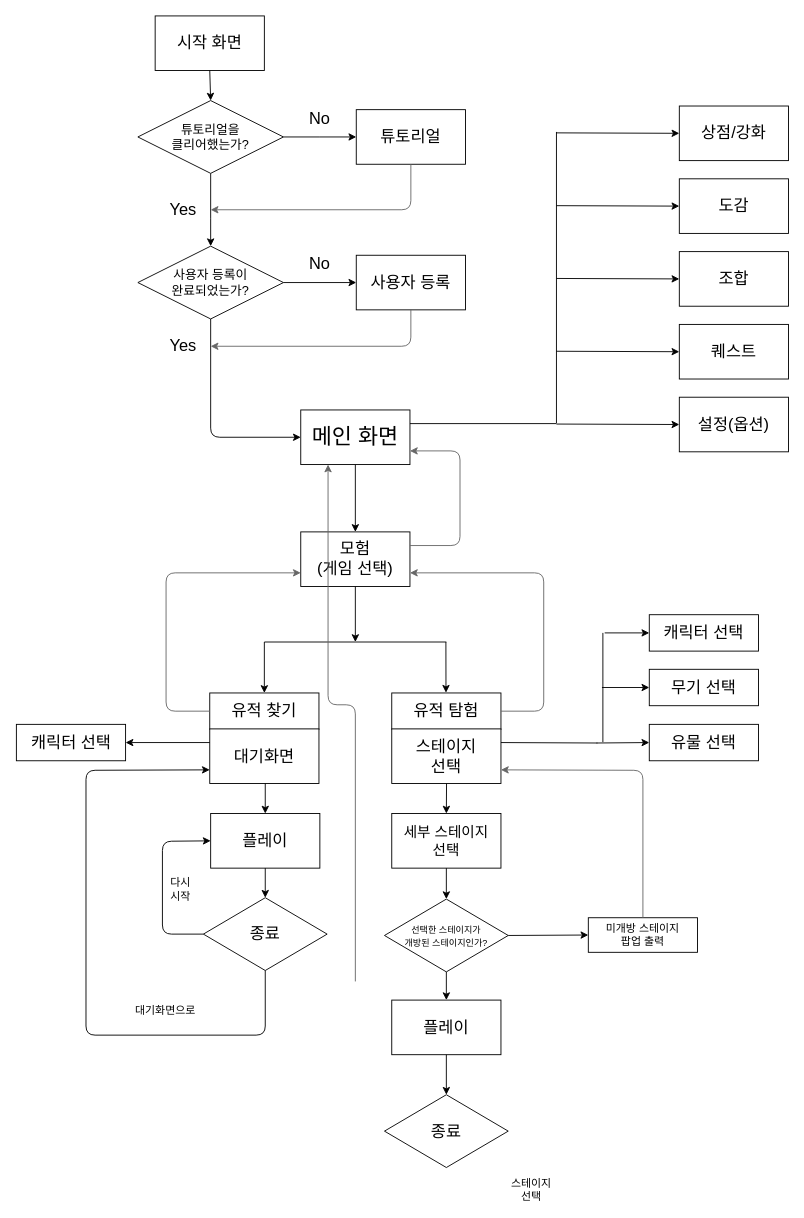
Before: Untitled Diagram.drawio in dinenki71/UI, a draw.io diagram. Source tidied: cells renumbered, new cells numbered last; positions are measured from the earlier drawing's top-left corner, leaving out a move shared by most shapes. Both pictures are drawn from the tidied source at 91%, with x=0, y=0 at pixel (16, 15).
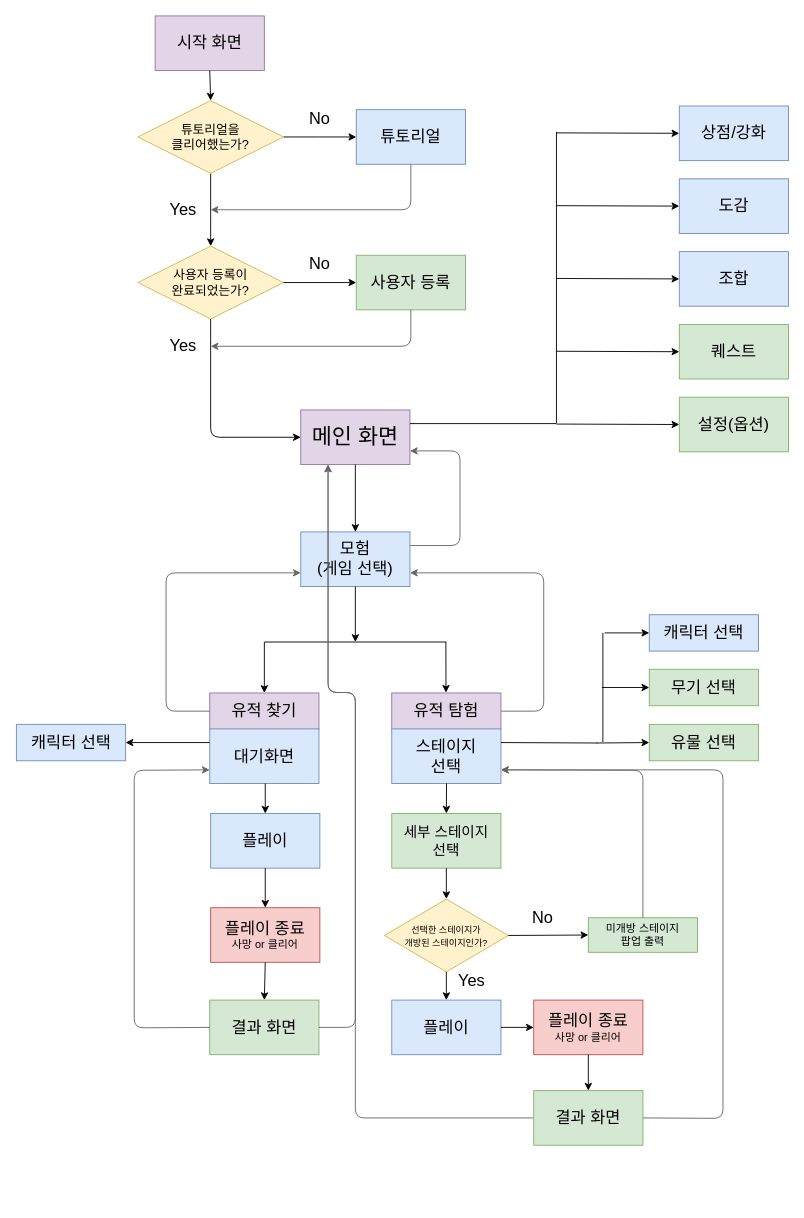
After the change.

Change to the diagram source:
```diff
@@
-    <mxCell id="2" value="&lt;font style=&quot;font-size: 18px&quot;&gt;모험&lt;br&gt;(게임 선택)&lt;br&gt;&lt;/font&gt;" style="rounded=0;whiteSpace=wrap;html=1;" parent="1" vertex="1">
+    <mxCell id="2" value="&lt;font style=&quot;font-size: 18px&quot;&gt;모험&lt;br&gt;(게임 선택)&lt;br&gt;&lt;/font&gt;" style="rounded=0;whiteSpace=wrap;html=1;fillColor=#dae8fc;strokeColor=#6c8ebf;" parent="1" vertex="1">
       <mxGeometry x="312" y="567" width="120" height="60" as="geometry" />
     </mxCell>
-    <mxCell id="3" value="&lt;font style=&quot;font-size: 18px&quot;&gt;시작 화면&lt;/font&gt;" style="rounded=0;whiteSpace=wrap;html=1;" parent="1" vertex="1">
+    <mxCell id="3" value="&lt;font style=&quot;font-size: 18px&quot;&gt;시작 화면&lt;/font&gt;" style="rounded=0;whiteSpace=wrap;html=1;fillColor=#e1d5e7;strokeColor=#9673a6;" parent="1" vertex="1">
       <mxGeometry x="152" width="120" height="60" as="geometry" />
     </mxCell>
@@
-    <mxCell id="6" value="&lt;font&gt;&lt;font style=&quot;font-size: 14px&quot;&gt;튜토리얼을&lt;br&gt;클리어했는가?&lt;/font&gt;&lt;br&gt;&lt;/font&gt;" style="rhombus;whiteSpace=wrap;html=1;" parent="1" vertex="1">
+    <mxCell id="6" value="&lt;font&gt;&lt;font style=&quot;font-size: 14px&quot;&gt;튜토리얼을&lt;br&gt;클리어했는가?&lt;/font&gt;&lt;br&gt;&lt;/font&gt;" style="rhombus;whiteSpace=wrap;html=1;fillColor=#fff2cc;strokeColor=#d6b656;" parent="1" vertex="1">
       <mxGeometry x="133" y="93" width="160" height="80" as="geometry" />
     </mxCell>
@@
-    <mxCell id="10" value="&lt;font style=&quot;font-size: 18px&quot;&gt;튜토리얼&lt;/font&gt;" style="rounded=0;whiteSpace=wrap;html=1;" parent="1" vertex="1">
+    <mxCell id="10" value="&lt;font style=&quot;font-size: 18px&quot;&gt;튜토리얼&lt;/font&gt;" style="rounded=0;whiteSpace=wrap;html=1;fillColor=#dae8fc;strokeColor=#6c8ebf;" parent="1" vertex="1">
       <mxGeometry x="373" y="103" width="120" height="60" as="geometry" />
     </mxCell>
-    <mxCell id="11" value="&lt;font style=&quot;font-size: 18px&quot;&gt;사용자 등록&lt;/font&gt;" style="rounded=0;whiteSpace=wrap;html=1;" parent="1" vertex="1">
+    <mxCell id="11" value="&lt;font style=&quot;font-size: 18px&quot;&gt;사용자 등록&lt;/font&gt;" style="rounded=0;whiteSpace=wrap;html=1;fillColor=#d5e8d4;strokeColor=#82b366;" parent="1" vertex="1">
       <mxGeometry x="373" y="263" width="120" height="60" as="geometry" />
     </mxCell>
@@
-    <mxCell id="13" value="&lt;font&gt;&lt;font style=&quot;font-size: 14px&quot;&gt;사용자 등록이&lt;br&gt;완료되었는가?&lt;/font&gt;&lt;br&gt;&lt;/font&gt;" style="rhombus;whiteSpace=wrap;html=1;" parent="1" vertex="1">
+    <mxCell id="13" value="&lt;font&gt;&lt;font style=&quot;font-size: 14px&quot;&gt;사용자 등록이&lt;br&gt;완료되었는가?&lt;/font&gt;&lt;br&gt;&lt;/font&gt;" style="rhombus;whiteSpace=wrap;html=1;fillColor=#fff2cc;strokeColor=#d6b656;" parent="1" vertex="1">
       <mxGeometry x="133" y="253" width="160" height="80" as="geometry" />
     </mxCell>
-    <mxCell id="14" value="&lt;font style=&quot;font-size: 24px&quot;&gt;메인 화면&lt;/font&gt;" style="rounded=0;whiteSpace=wrap;html=1;" parent="1" vertex="1">
+    <mxCell id="14" value="&lt;font style=&quot;font-size: 24px&quot;&gt;메인 화면&lt;/font&gt;" style="rounded=0;whiteSpace=wrap;html=1;fillColor=#e1d5e7;strokeColor=#9673a6;" parent="1" vertex="1">
       <mxGeometry x="312" y="433" width="120" height="60" as="geometry" />
     </mxCell>
@@
-    <mxCell id="23" value="&lt;font style=&quot;font-size: 18px&quot;&gt;상점/강화&lt;/font&gt;" style="rounded=0;whiteSpace=wrap;html=1;" parent="1" vertex="1">
+    <mxCell id="23" value="&lt;font style=&quot;font-size: 18px&quot;&gt;상점/강화&lt;/font&gt;" style="rounded=0;whiteSpace=wrap;html=1;fillColor=#dae8fc;strokeColor=#6c8ebf;" parent="1" vertex="1">
       <mxGeometry x="728" y="99" width="120" height="60" as="geometry" />
     </mxCell>
@@
-    <mxCell id="25" value="&lt;font style=&quot;font-size: 18px&quot;&gt;도감&lt;/font&gt;" style="rounded=0;whiteSpace=wrap;html=1;" parent="1" vertex="1">
+    <mxCell id="25" value="&lt;font style=&quot;font-size: 18px&quot;&gt;도감&lt;/font&gt;" style="rounded=0;whiteSpace=wrap;html=1;fillColor=#dae8fc;strokeColor=#6c8ebf;" parent="1" vertex="1">
       <mxGeometry x="728" y="179" width="120" height="60" as="geometry" />
     </mxCell>
@@
-    <mxCell id="27" value="&lt;font style=&quot;font-size: 18px&quot;&gt;조합&lt;/font&gt;" style="rounded=0;whiteSpace=wrap;html=1;" parent="1" vertex="1">
+    <mxCell id="27" value="&lt;font style=&quot;font-size: 18px&quot;&gt;조합&lt;/font&gt;" style="rounded=0;whiteSpace=wrap;html=1;fillColor=#dae8fc;strokeColor=#6c8ebf;" parent="1" vertex="1">
       <mxGeometry x="728" y="259" width="120" height="60" as="geometry" />
     </mxCell>
@@
-    <mxCell id="29" value="&lt;font style=&quot;font-size: 18px&quot;&gt;퀘스트&lt;/font&gt;" style="rounded=0;whiteSpace=wrap;html=1;" parent="1" vertex="1">
+    <mxCell id="29" value="&lt;font style=&quot;font-size: 18px&quot;&gt;퀘스트&lt;/font&gt;" style="rounded=0;whiteSpace=wrap;html=1;fillColor=#d5e8d4;strokeColor=#82b366;" parent="1" vertex="1">
       <mxGeometry x="728" y="339" width="120" height="60" as="geometry" />
     </mxCell>
@@
-    <mxCell id="31" value="&lt;font style=&quot;font-size: 18px&quot;&gt;설정(옵션)&lt;/font&gt;" style="rounded=0;whiteSpace=wrap;html=1;" parent="1" vertex="1">
+    <mxCell id="31" value="&lt;font style=&quot;font-size: 18px&quot;&gt;설정(옵션)&lt;/font&gt;" style="rounded=0;whiteSpace=wrap;html=1;fillColor=#d5e8d4;strokeColor=#82b366;" parent="1" vertex="1">
       <mxGeometry x="728" y="419" width="120" height="60" as="geometry" />
     </mxCell>
@@
-    <mxCell id="33" value="&lt;font style=&quot;font-size: 18px&quot;&gt;유적 찾기&lt;/font&gt;" style="rounded=0;whiteSpace=wrap;html=1;" parent="1" vertex="1">
+    <mxCell id="33" value="&lt;font style=&quot;font-size: 18px&quot;&gt;유적 찾기&lt;/font&gt;" style="rounded=0;whiteSpace=wrap;html=1;fillColor=#e1d5e7;strokeColor=#9673a6;" parent="1" vertex="1">
       <mxGeometry x="212" y="744" width="120" height="40" as="geometry" />
     </mxCell>
-    <mxCell id="34" value="&lt;font style=&quot;font-size: 18px&quot;&gt;유적 탐험&lt;/font&gt;" style="rounded=0;whiteSpace=wrap;html=1;" parent="1" vertex="1">
+    <mxCell id="34" value="&lt;font style=&quot;font-size: 18px&quot;&gt;유적 탐험&lt;/font&gt;" style="rounded=0;whiteSpace=wrap;html=1;fillColor=#e1d5e7;strokeColor=#9673a6;" parent="1" vertex="1">
       <mxGeometry x="412" y="744" width="120" height="40" as="geometry" />
     </mxCell>
-    <mxCell id="35" value="&lt;font style=&quot;font-size: 18px&quot;&gt;스테이지&lt;br&gt;선택&lt;/font&gt;&lt;br&gt;" style="rounded=0;whiteSpace=wrap;html=1;" parent="1" vertex="1">
+    <mxCell id="35" value="&lt;font style=&quot;font-size: 18px&quot;&gt;스테이지&lt;br&gt;선택&lt;/font&gt;&lt;br&gt;" style="rounded=0;whiteSpace=wrap;html=1;fillColor=#dae8fc;strokeColor=#6c8ebf;" parent="1" vertex="1">
       <mxGeometry x="412" y="783.5" width="120" height="60" as="geometry" />
     </mxCell>
@@
-    <mxCell id="38" value="&lt;font style=&quot;font-size: 18px&quot;&gt;대기화면&lt;/font&gt;" style="rounded=0;whiteSpace=wrap;html=1;" parent="1" vertex="1">
+    <mxCell id="38" value="&lt;font style=&quot;font-size: 18px&quot;&gt;대기화면&lt;/font&gt;" style="rounded=0;whiteSpace=wrap;html=1;fillColor=#dae8fc;strokeColor=#6c8ebf;" parent="1" vertex="1">
       <mxGeometry x="212" y="783.5" width="120" height="60" as="geometry" />
     </mxCell>
-    <mxCell id="39" value="&lt;font style=&quot;font-size: 18px&quot;&gt;플레이&lt;br&gt;&lt;/font&gt;" style="rounded=0;whiteSpace=wrap;html=1;" parent="1" vertex="1">
+    <mxCell id="39" value="&lt;font style=&quot;font-size: 18px&quot;&gt;플레이&lt;br&gt;&lt;/font&gt;" style="rounded=0;whiteSpace=wrap;html=1;fillColor=#dae8fc;strokeColor=#6c8ebf;" parent="1" vertex="1">
       <mxGeometry x="213" y="876.5" width="120" height="60" as="geometry" />
     </mxCell>
@@
-    <mxCell id="41" value="&lt;span style=&quot;font-size: 18px&quot;&gt;플레이&lt;/span&gt;&lt;br&gt;" style="rounded=0;whiteSpace=wrap;html=1;" parent="1" vertex="1">
+    <mxCell id="41" value="&lt;span style=&quot;font-size: 18px&quot;&gt;플레이&lt;/span&gt;&lt;br&gt;" style="rounded=0;whiteSpace=wrap;html=1;fillColor=#dae8fc;strokeColor=#6c8ebf;" parent="1" vertex="1">
       <mxGeometry x="412" y="1081.5" width="120" height="60" as="geometry" />
     </mxCell>
@@
-    <mxCell id="43" value="&lt;font style=&quot;font-size: 18px&quot;&gt;종료&lt;/font&gt;" style="rhombus;whiteSpace=wrap;html=1;" parent="1" vertex="1">
-      <mxGeometry x="404" y="1185.5" width="136" height="80" as="geometry" />
-    </mxCell>
-    <mxCell id="44" style="endArrow=classic;html=1;exitX=0.5;exitY=1;exitDx=0;exitDy=0;entryX=0.5;entryY=0;entryDx=0;entryDy=0;" parent="1" edge="1" source="41" target="43">
+    <mxCell id="44" style="endArrow=classic;html=1;exitX=1;exitY=0.5;exitDx=0;exitDy=0;entryX=0;entryY=0.5;entryDx=0;entryDy=0;" parent="1" edge="1" source="41" target="79">
       <mxGeometry relative="1" as="geometry" />
     </mxCell>
-    <mxCell id="45" value="&lt;font style=&quot;font-size: 18px&quot;&gt;종료&lt;/font&gt;" style="rhombus;whiteSpace=wrap;html=1;" parent="1" vertex="1">
-      <mxGeometry x="205" y="969" width="136" height="80" as="geometry" />
-    </mxCell>
-    <mxCell id="46" style="endArrow=classic;html=1;exitX=0.5;exitY=1;exitDx=0;exitDy=0;entryX=0.5;entryY=0;entryDx=0;entryDy=0;" parent="1" edge="1" target="45">
+    <mxCell id="46" style="endArrow=classic;html=1;exitX=0.5;exitY=1;exitDx=0;exitDy=0;entryX=0.5;entryY=0;entryDx=0;entryDy=0;" parent="1" edge="1" target="75">
       <mxGeometry relative="1" as="geometry">
         <mxPoint x="273" y="936.5" as="sourcePoint" />
       </mxGeometry>
     </mxCell>
-    <mxCell id="47" style="endArrow=classic;html=1;exitX=0.5;exitY=1;exitDx=0;exitDy=0;entryX=0;entryY=0.75;entryDx=0;entryDy=0;" parent="1" edge="1" source="45" target="38">
-      <mxGeometry relative="1" as="geometry">
-        <Array as="points">
-          <mxPoint x="273" y="1120" />
-          <mxPoint x="76" y="1120" />
-          <mxPoint x="76" y="829" />
-        </Array>
-      </mxGeometry>
-    </mxCell>
-    <mxCell id="48" style="endArrow=classic;html=1;exitX=0;exitY=0.5;exitDx=0;exitDy=0;entryX=0;entryY=0.5;entryDx=0;entryDy=0;" parent="1" edge="1" source="45" target="39">
-      <mxGeometry relative="1" as="geometry">
-        <Array as="points">
-          <mxPoint x="160" y="1009" />
-          <mxPoint x="160" y="907" />
-        </Array>
-      </mxGeometry>
-    </mxCell>
-    <mxCell id="49" style="endArrow=classic;html=1;entryX=0.25;entryY=1;entryDx=0;entryDy=0;fillColor=#f5f5f5;strokeColor=#666666;" parent="1" edge="1" target="14">
+    <mxCell id="49" style="endArrow=classic;html=1;entryX=0.25;entryY=1;entryDx=0;entryDy=0;fillColor=#f5f5f5;strokeColor=#666666;exitX=0;exitY=0.5;exitDx=0;exitDy=0;" parent="1" edge="1" source="80" target="14">
       <mxGeometry relative="1" as="geometry">
-        <mxPoint x="372" y="1061" as="sourcePoint" />
         <Array as="points">
-          <mxPoint x="372" y="757" />
-          <mxPoint x="342" y="757" />
+          <mxPoint x="372" y="1211" />
+          <mxPoint x="372" y="743.5" />
+          <mxPoint x="342" y="743.5" />
         </Array>
       </mxGeometry>
     </mxCell>
-    <mxCell id="50" value="다시&lt;br&gt;시작&lt;br&gt;" style="text;html=1;strokeColor=none;fillColor=none;align=center;verticalAlign=middle;whiteSpace=wrap;rounded=0;" parent="1" vertex="1">
-      <mxGeometry x="159.5" y="949.5" width="40" height="20" as="geometry" />
-    </mxCell>
-    <mxCell id="51" value="스테이지&lt;br&gt;선택&lt;br&gt;" style="text;html=1;strokeColor=none;fillColor=none;align=center;verticalAlign=middle;whiteSpace=wrap;rounded=0;" parent="1" vertex="1">
-      <mxGeometry x="511.5" y="1276.5" width="107" height="26" as="geometry" />
-    </mxCell>
-    <mxCell id="52" value="대기화면으로&lt;br&gt;" style="text;html=1;strokeColor=none;fillColor=none;align=center;verticalAlign=middle;whiteSpace=wrap;rounded=0;" parent="1" vertex="1">
-      <mxGeometry x="109.5" y="1079.5" width="107" height="26" as="geometry" />
-    </mxCell>
@@
-    <mxCell id="59" value="&lt;font style=&quot;font-size: 18px&quot;&gt;캐릭터 선택&lt;/font&gt;" style="rounded=0;whiteSpace=wrap;html=1;" parent="1" vertex="1">
+    <mxCell id="59" value="&lt;font style=&quot;font-size: 18px&quot;&gt;캐릭터 선택&lt;/font&gt;" style="rounded=0;whiteSpace=wrap;html=1;fillColor=#dae8fc;strokeColor=#6c8ebf;" parent="1" vertex="1">
       <mxGeometry x="-0.5" y="778.5" width="120" height="40" as="geometry" />
     </mxCell>
@@
-    <mxCell id="62" value="&lt;font style=&quot;font-size: 18px&quot;&gt;캐릭터 선택&lt;/font&gt;" style="rounded=0;whiteSpace=wrap;html=1;" parent="1" vertex="1">
+    <mxCell id="62" value="&lt;font style=&quot;font-size: 18px&quot;&gt;캐릭터 선택&lt;/font&gt;" style="rounded=0;whiteSpace=wrap;html=1;fillColor=#dae8fc;strokeColor=#6c8ebf;" parent="1" vertex="1">
       <mxGeometry x="695" y="658" width="120" height="40" as="geometry" />
     </mxCell>
-    <mxCell id="63" value="&lt;font style=&quot;font-size: 18px&quot;&gt;유물 선택&lt;br&gt;&lt;/font&gt;" style="rounded=0;whiteSpace=wrap;html=1;" parent="1" vertex="1">
+    <mxCell id="63" value="&lt;font style=&quot;font-size: 18px&quot;&gt;유물 선택&lt;br&gt;&lt;/font&gt;" style="rounded=0;whiteSpace=wrap;html=1;fillColor=#d5e8d4;strokeColor=#82b366;" parent="1" vertex="1">
       <mxGeometry x="695" y="778.5" width="120" height="40" as="geometry" />
     </mxCell>
@@
-    <mxCell id="66" value="&lt;font style=&quot;font-size: 18px&quot;&gt;무기 선택&lt;br&gt;&lt;/font&gt;" style="rounded=0;whiteSpace=wrap;html=1;" parent="1" vertex="1">
+    <mxCell id="66" value="&lt;font style=&quot;font-size: 18px&quot;&gt;무기 선택&lt;br&gt;&lt;/font&gt;" style="rounded=0;whiteSpace=wrap;html=1;fillColor=#d5e8d4;strokeColor=#82b366;" parent="1" vertex="1">
       <mxGeometry x="695" y="718" width="120" height="40" as="geometry" />
     </mxCell>
@@
-    <mxCell id="68" value="&lt;font style=&quot;font-size: 10px&quot;&gt;선택한 스테이지가&lt;br&gt;개방된 스테이지인가?&lt;/font&gt;&lt;br&gt;" style="rhombus;whiteSpace=wrap;html=1;" parent="1" vertex="1">
+    <mxCell id="68" value="&lt;font style=&quot;font-size: 10px&quot;&gt;선택한 스테이지가&lt;br&gt;개방된 스테이지인가?&lt;/font&gt;&lt;br&gt;" style="rhombus;whiteSpace=wrap;html=1;fillColor=#fff2cc;strokeColor=#d6b656;" parent="1" vertex="1">
       <mxGeometry x="404" y="970.5" width="136" height="80" as="geometry" />
     </mxCell>
@@
-    <mxCell id="70" value="&lt;font style=&quot;font-size: 12px&quot;&gt;미개방 스테이지&lt;br&gt;팝업 출력&lt;/font&gt;&lt;br&gt;" style="rounded=0;whiteSpace=wrap;html=1;" parent="1" vertex="1">
+    <mxCell id="70" value="&lt;font style=&quot;font-size: 12px&quot;&gt;미개방 스테이지&lt;br&gt;팝업 출력&lt;/font&gt;&lt;br&gt;" style="rounded=0;whiteSpace=wrap;html=1;fillColor=#d5e8d4;strokeColor=#82b366;" parent="1" vertex="1">
       <mxGeometry x="628" y="991" width="120" height="38" as="geometry" />
     </mxCell>
@@
-    <mxCell id="73" value="&lt;font style=&quot;font-size: 16px&quot;&gt;세부 스테이지&lt;br&gt;선택&lt;/font&gt;&lt;br&gt;" style="rounded=0;whiteSpace=wrap;html=1;" parent="1" vertex="1">
+    <mxCell id="73" value="&lt;font style=&quot;font-size: 16px&quot;&gt;세부 스테이지&lt;br&gt;선택&lt;/font&gt;&lt;br&gt;" style="rounded=0;whiteSpace=wrap;html=1;fillColor=#d5e8d4;strokeColor=#82b366;" parent="1" vertex="1">
       <mxGeometry x="412" y="876.5" width="120" height="60" as="geometry" />
     </mxCell>
@@
+    <mxCell id="75" value="&lt;span style=&quot;font-size: 18px&quot;&gt;플레이 종료&lt;br&gt;&lt;/span&gt;사망 or 클리어&lt;br&gt;" style="rounded=0;whiteSpace=wrap;html=1;fillColor=#f8cecc;strokeColor=#b85450;" parent="1" vertex="1">
+      <mxGeometry x="213" y="980" width="120" height="60" as="geometry" />
+    </mxCell>
+    <mxCell id="76" value="&lt;span style=&quot;font-size: 18px&quot;&gt;결과 화면&lt;/span&gt;&lt;br&gt;" style="rounded=0;whiteSpace=wrap;html=1;fillColor=#d5e8d4;strokeColor=#82b366;" parent="1" vertex="1">
+      <mxGeometry x="212" y="1081.5" width="120" height="60" as="geometry" />
+    </mxCell>
+    <mxCell id="77" style="endArrow=classic;html=1;exitX=0.5;exitY=1;exitDx=0;exitDy=0;entryX=0.5;entryY=0;entryDx=0;entryDy=0;" parent="1" edge="1" source="75" target="76">
+      <mxGeometry relative="1" as="geometry" />
+    </mxCell>
+    <mxCell id="78" style="endArrow=classic;html=1;entryX=0;entryY=0.75;entryDx=0;entryDy=0;exitX=0;exitY=0.5;exitDx=0;exitDy=0;fillColor=#f5f5f5;strokeColor=#666666;" parent="1" edge="1" source="76" target="38">
+      <mxGeometry relative="1" as="geometry">
+        <Array as="points">
+          <mxPoint x="129" y="1112" />
+          <mxPoint x="129" y="829" />
+        </Array>
+      </mxGeometry>
+    </mxCell>
+    <mxCell id="79" value="&lt;span style=&quot;font-size: 18px&quot;&gt;플레이 종료&lt;br&gt;&lt;/span&gt;사망 or 클리어&lt;br&gt;" style="rounded=0;whiteSpace=wrap;html=1;fillColor=#f8cecc;strokeColor=#b85450;" parent="1" vertex="1">
+      <mxGeometry x="568" y="1081.5" width="120" height="60" as="geometry" />
+    </mxCell>
+    <mxCell id="80" value="&lt;span style=&quot;font-size: 18px&quot;&gt;결과 화면&lt;/span&gt;&lt;br&gt;" style="rounded=0;whiteSpace=wrap;html=1;fillColor=#d5e8d4;strokeColor=#82b366;" parent="1" vertex="1">
+      <mxGeometry x="568" y="1181" width="120" height="60" as="geometry" />
+    </mxCell>
+    <mxCell id="81" style="endArrow=classic;html=1;exitX=0.5;exitY=1;exitDx=0;exitDy=0;entryX=0.5;entryY=0;entryDx=0;entryDy=0;" parent="1" edge="1" source="79" target="80">
+      <mxGeometry relative="1" as="geometry" />
+    </mxCell>
+    <mxCell id="82" value="&lt;font style=&quot;font-size: 18px&quot;&gt;Yes&lt;/font&gt;" style="text;html=1;strokeColor=none;fillColor=none;align=center;verticalAlign=middle;whiteSpace=wrap;rounded=0;" parent="1" vertex="1">
+      <mxGeometry x="480" y="1050.5" width="40" height="20" as="geometry" />
+    </mxCell>
+    <mxCell id="83" value="&lt;font style=&quot;font-size: 18px&quot;&gt;No&lt;/font&gt;" style="text;html=1;strokeColor=none;fillColor=none;align=center;verticalAlign=middle;whiteSpace=wrap;rounded=0;" parent="1" vertex="1">
+      <mxGeometry x="557.5" y="981" width="40" height="20" as="geometry" />
+    </mxCell>
+    <mxCell id="84" style="endArrow=classic;html=1;fillColor=#f5f5f5;strokeColor=#666666;entryX=1;entryY=0.75;entryDx=0;entryDy=0;exitX=1;exitY=0.5;exitDx=0;exitDy=0;" parent="1" edge="1" source="80" target="35">
+      <mxGeometry relative="1" as="geometry">
+        <Array as="points">
+          <mxPoint x="776" y="1211.5" />
+          <mxPoint x="776" y="828.5" />
+        </Array>
+      </mxGeometry>
+    </mxCell>
+    <mxCell id="85" style="endArrow=classic;html=1;fillColor=#f5f5f5;strokeColor=#666666;entryX=0.25;entryY=1;entryDx=0;entryDy=0;exitX=1;exitY=0.5;exitDx=0;exitDy=0;" parent="1" edge="1" source="76" target="14">
+      <mxGeometry relative="1" as="geometry">
+        <Array as="points">
+          <mxPoint x="372" y="1111.5" />
+          <mxPoint x="372" y="743.5" />
+          <mxPoint x="342" y="743.5" />
+        </Array>
+      </mxGeometry>
+    </mxCell>
```
